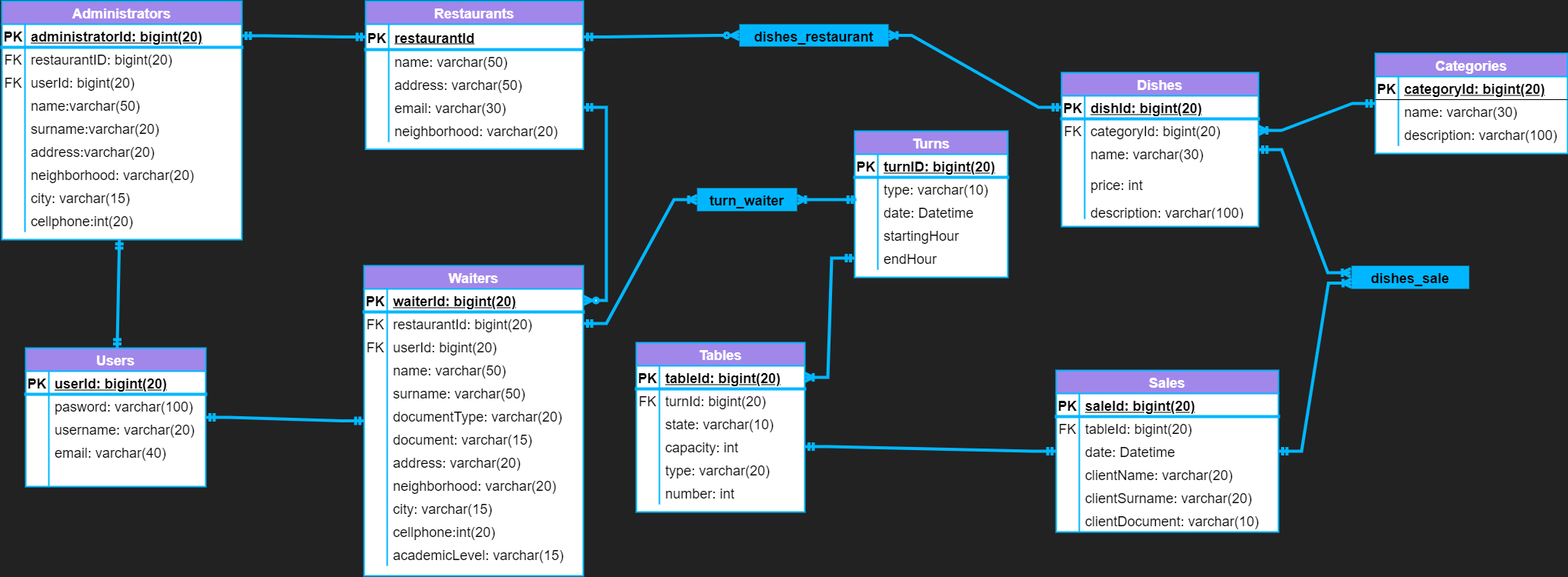
Above: fronted/src/assets/ER.png in KoffingCode/Koffing (draw.io), before the change. Source tidied: cells renumbered, new cells last; positions are measured from the earlier drawing's top-left corner, leaving out a move shared by most shapes.
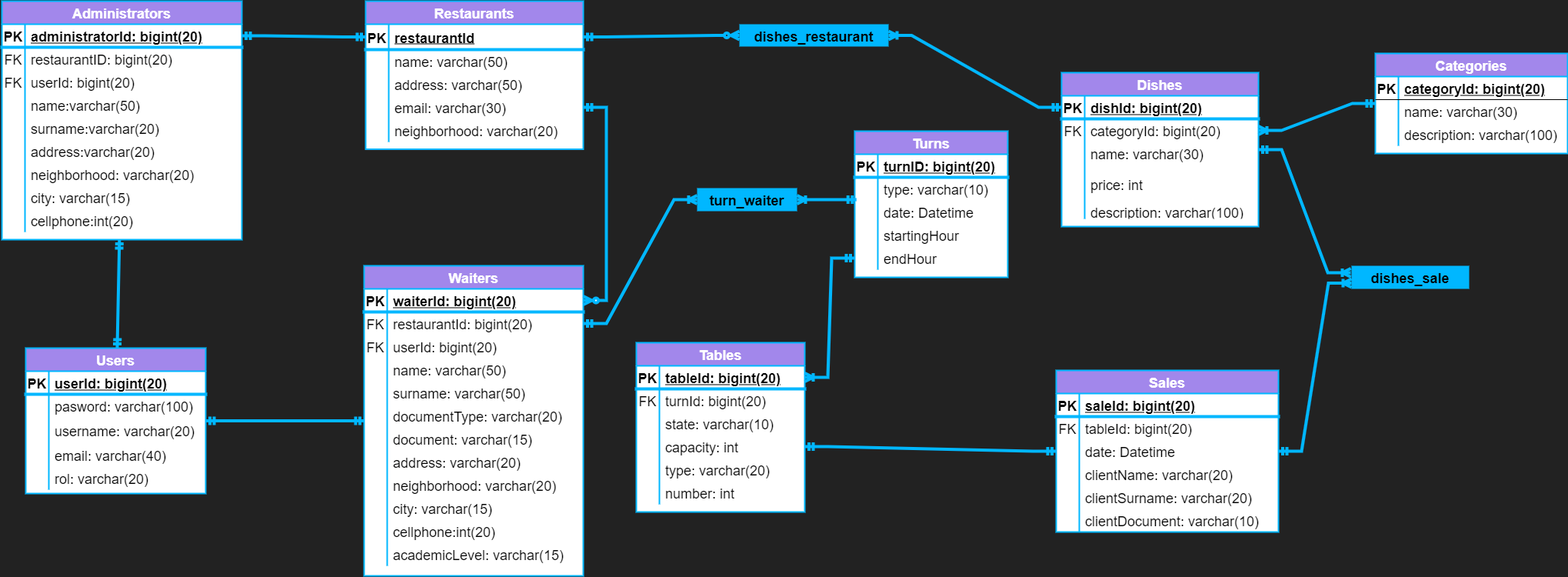
Above is the later version.

The edit, as a diff of the source:
```diff
@@ -480,7 +480,7 @@
       <mxGeometry relative="1" as="geometry" />
     </mxCell>
     <mxCell id="161" value="Users" style="shape=table;startSize=30;rowLines=0;fontStyle=1;align=center;swimlaneFillColor=default;strokeColor=#00B7FF;strokeWidth=2;fontSize=18;fillColor=#A287EB;fontColor=#FFFFFF;" parent="1" vertex="1">
-      <mxGeometry x="31" y="451" width="234" height="180" as="geometry" />
+      <mxGeometry x="31" y="451" width="234" height="189" as="geometry" />
     </mxCell>
     <mxCell id="162" style="shape=partialRectangle;fillColor=none;top=0;left=0;bottom=1;right=0;strokeColor=#00B7FF;strokeWidth=4;fontSize=18;" parent="161" vertex="1">
       <mxGeometry y="30" width="234" height="30" as="geometry" />
@@ -501,16 +501,16 @@
       <mxGeometry x="30" width="204" height="30" as="geometry" />
     </mxCell>
     <mxCell id="168" style="shape=partialRectangle;fillColor=none;top=0;left=0;bottom=0;right=0;strokeColor=#00B7FF;strokeWidth=4;fontSize=18;" parent="161" vertex="1">
-      <mxGeometry y="90" width="234" height="30" as="geometry" />
+      <mxGeometry y="90" width="234" height="34" as="geometry" />
     </mxCell>
     <mxCell id="169" style="shape=partialRectangle;fillColor=none;top=0;left=0;bottom=0;right=0;overflow=hidden;strokeColor=#00B7FF;strokeWidth=4;fontSize=18;" parent="168" vertex="1">
-      <mxGeometry width="30" height="30" as="geometry" />
+      <mxGeometry width="30" height="34" as="geometry" />
     </mxCell>
     <mxCell id="170" value="username: varchar(20)" style="shape=partialRectangle;fillColor=none;top=0;left=0;bottom=0;right=0;align=left;spacingLeft=6;overflow=hidden;strokeColor=#00B7FF;strokeWidth=4;fontSize=18;" parent="168" vertex="1">
-      <mxGeometry x="30" width="204" height="30" as="geometry" />
+      <mxGeometry x="30" width="204" height="34" as="geometry" />
     </mxCell>
     <mxCell id="171" style="shape=partialRectangle;fillColor=none;top=0;left=0;bottom=0;right=0;strokeColor=#00B7FF;strokeWidth=4;fontSize=18;" parent="161" vertex="1">
-      <mxGeometry y="120" width="234" height="30" as="geometry" />
+      <mxGeometry y="124" width="234" height="30" as="geometry" />
     </mxCell>
     <mxCell id="172" style="shape=partialRectangle;fillColor=none;top=0;left=0;bottom=0;right=0;overflow=hidden;strokeColor=#00B7FF;strokeWidth=4;fontSize=18;" parent="171" vertex="1">
       <mxGeometry width="30" height="30" as="geometry" />
@@ -519,12 +519,12 @@
       <mxGeometry x="30" width="204" height="30" as="geometry" />
     </mxCell>
     <mxCell id="174" style="shape=partialRectangle;fillColor=none;top=0;left=0;bottom=0;right=0;strokeColor=#00B7FF;strokeWidth=4;fontSize=18;" parent="161" vertex="1">
-      <mxGeometry y="150" width="234" height="30" as="geometry" />
+      <mxGeometry y="154" width="234" height="30" as="geometry" />
     </mxCell>
     <mxCell id="175" style="shape=partialRectangle;fillColor=none;top=0;left=0;bottom=0;right=0;overflow=hidden;strokeColor=#00B7FF;strokeWidth=4;fontSize=18;" parent="174" vertex="1">
       <mxGeometry width="30" height="30" as="geometry" />
     </mxCell>
-    <mxCell id="176" style="shape=partialRectangle;fillColor=none;top=0;left=0;bottom=0;right=0;align=left;spacingLeft=6;overflow=hidden;strokeColor=#00B7FF;strokeWidth=4;fontSize=18;" parent="174" vertex="1">
+    <mxCell id="176" value="rol: varchar(20)" style="shape=partialRectangle;fillColor=none;top=0;left=0;bottom=0;right=0;align=left;spacingLeft=6;overflow=hidden;strokeColor=#00B7FF;strokeWidth=4;fontSize=18;" parent="174" vertex="1">
       <mxGeometry x="30" width="204" height="30" as="geometry" />
     </mxCell>
     <mxCell id="177" value="Categories" style="shape=table;startSize=30;rowLines=0;fontStyle=1;align=center;swimlaneFillColor=default;fontSize=18;strokeColor=#00B7FF;strokeWidth=2;fillColor=#A287EB;fontColor=#FFFFFF;" parent="1" vertex="1">
```
